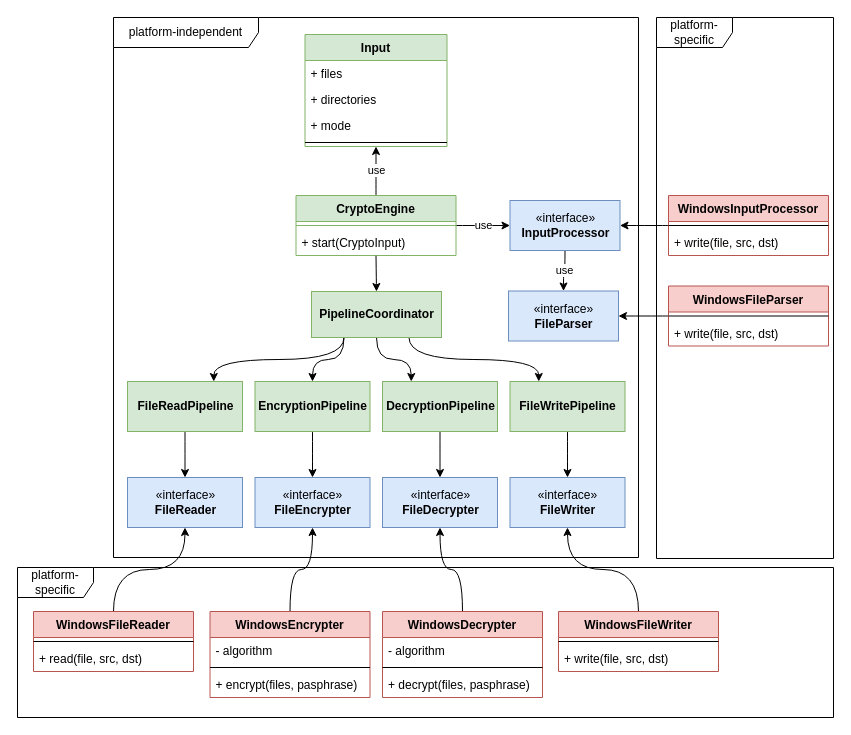
The draw.io diagram doc/class-diagram.drawio in corootine/file-crypt-jvm, before the edit. Source tidied: cells renumbered, new cells numbered last; positions are measured from the earlier drawing's top-left corner, leaving out a move shared by most shapes. Both pictures are drawn from the tidied source at 100%, with x=0, y=0 at pixel (17, 17).
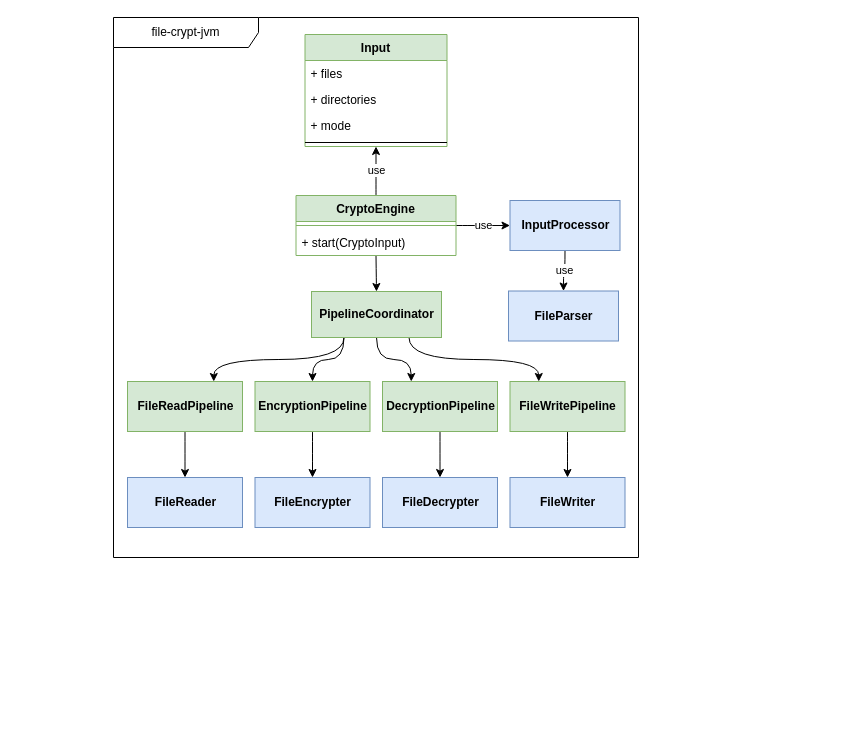
Above is the later version.

The edit, as a diff of the source:
```diff
@@
-    <mxCell id="2" value="platform-independent" style="shape=umlFrame;whiteSpace=wrap;html=1;width=145;height=30;" parent="1" vertex="1">
+    <mxCell id="2" value="file-crypt-jvm" style="shape=umlFrame;whiteSpace=wrap;html=1;width=145;height=30;" parent="1" vertex="1">
       <mxGeometry x="96" width="525" height="540" as="geometry" />
     </mxCell>
-    <mxCell id="3" style="edgeStyle=orthogonalEdgeStyle;curved=1;jettySize=auto;html=1;exitX=0.5;exitY=0;exitDx=0;exitDy=0;entryX=0.5;entryY=1;entryDx=0;entryDy=0;" parent="1" edge="1" source="4" target="42">
-      <mxGeometry relative="1" as="geometry" />
-    </mxCell>
-    <mxCell id="4" value="WindowsEncrypter" style="swimlane;fontStyle=1;align=center;verticalAlign=top;horizontal=1;startSize=26;fillColor=#f8cecc;strokeColor=#b85450;" parent="1" vertex="1">
-      <mxGeometry x="192.5" y="594" width="160" height="86" as="geometry" />
-    </mxCell>
-    <mxCell id="5" value="- algorithm" style="text;strokeColor=none;fillColor=none;align=left;verticalAlign=top;spacingLeft=4;spacingRight=4;overflow=hidden;" parent="4" vertex="1">
-      <mxGeometry y="26" width="160" height="26" as="geometry" />
-    </mxCell>
-    <mxCell id="6" style="line;strokeWidth=1;fillColor=none;align=left;verticalAlign=middle;spacingTop=-1;spacingLeft=3;spacingRight=3;labelPosition=right;" parent="4" vertex="1">
-      <mxGeometry y="52" width="160" height="8" as="geometry" />
-    </mxCell>
-    <mxCell id="7" value="+ encrypt(files, pasphrase)" style="text;strokeColor=none;fillColor=none;align=left;verticalAlign=top;spacingLeft=4;spacingRight=4;overflow=hidden;" parent="4" vertex="1">
-      <mxGeometry y="60" width="160" height="26" as="geometry" />
-    </mxCell>
-    <mxCell id="8" style="edgeStyle=orthogonalEdgeStyle;curved=1;jettySize=auto;html=1;exitX=0.5;exitY=0;exitDx=0;exitDy=0;entryX=0.5;entryY=1;entryDx=0;entryDy=0;" parent="1" edge="1" source="9" target="43">
-      <mxGeometry relative="1" as="geometry" />
-    </mxCell>
-    <mxCell id="9" value="WindowsDecrypter" style="swimlane;fontStyle=1;align=center;verticalAlign=top;horizontal=1;startSize=26;fillColor=#f8cecc;strokeColor=#b85450;" parent="1" vertex="1">
-      <mxGeometry x="365" y="594" width="160" height="86" as="geometry" />
-    </mxCell>
-    <mxCell id="10" value="- algorithm" style="text;strokeColor=none;fillColor=none;align=left;verticalAlign=top;spacingLeft=4;spacingRight=4;overflow=hidden;" parent="9" vertex="1">
-      <mxGeometry y="26" width="160" height="26" as="geometry" />
-    </mxCell>
-    <mxCell id="11" style="line;strokeWidth=1;fillColor=none;align=left;verticalAlign=middle;spacingTop=-1;spacingLeft=3;spacingRight=3;labelPosition=right;" parent="9" vertex="1">
-      <mxGeometry y="52" width="160" height="8" as="geometry" />
-    </mxCell>
-    <mxCell id="12" value="+ decrypt(files, pasphrase)" style="text;strokeColor=none;fillColor=none;align=left;verticalAlign=top;spacingLeft=4;spacingRight=4;overflow=hidden;" parent="9" vertex="1">
-      <mxGeometry y="60" width="160" height="26" as="geometry" />
-    </mxCell>
@@
-    <mxCell id="15" value="«interface»&lt;br&gt;&lt;b&gt;InputProcessor&lt;/b&gt;" style="html=1;fillColor=#dae8fc;strokeColor=#6c8ebf;" parent="1" vertex="1">
+    <mxCell id="15" value="&lt;b&gt;InputProcessor&lt;/b&gt;" style="html=1;fillColor=#dae8fc;strokeColor=#6c8ebf;" parent="1" vertex="1">
       <mxGeometry x="492.5" y="183" width="110" height="50" as="geometry" />
     </mxCell>
-    <mxCell id="16" value="Input" style="swimlane;fontStyle=1;align=center;verticalAlign=top;horizontal=1;startSize=26;fillColor=#d5e8d4;strokeColor=#82b366;" parent="1" vertex="1">
-      <mxGeometry x="287.5" y="17" width="142" height="112" as="geometry" />
-    </mxCell>
-    <mxCell id="17" value="+ files" style="text;align=left;verticalAlign=top;spacingLeft=4;spacingRight=4;overflow=hidden;" parent="16" vertex="1">
-      <mxGeometry y="26" width="142" height="26" as="geometry" />
-    </mxCell>
-    <mxCell id="18" value="+ directories" style="text;align=left;verticalAlign=top;spacingLeft=4;spacingRight=4;overflow=hidden;" parent="16" vertex="1">
-      <mxGeometry y="52" width="142" height="26" as="geometry" />
-    </mxCell>
-    <mxCell id="19" value="+ mode" style="text;align=left;verticalAlign=top;spacingLeft=4;spacingRight=4;overflow=hidden;" parent="16" vertex="1">
-      <mxGeometry y="78" width="142" height="26" as="geometry" />
-    </mxCell>
-    <mxCell id="20" style="line;strokeWidth=1;fillColor=none;align=left;verticalAlign=middle;spacingTop=-1;spacingLeft=3;spacingRight=3;labelPosition=right;" parent="16" vertex="1">
-      <mxGeometry y="104" width="142" height="8" as="geometry" />
-    </mxCell>
@@
-    <mxCell id="22" value="CryptoEngine" style="swimlane;fontStyle=1;align=center;verticalAlign=top;horizontal=1;startSize=26;fillColor=#d5e8d4;strokeColor=#82b366;" parent="1" vertex="1">
-      <mxGeometry x="278.5" y="178" width="160" height="60" as="geometry" />
-    </mxCell>
-    <mxCell id="23" style="line;strokeWidth=1;fillColor=#d5e8d4;align=left;verticalAlign=middle;spacingTop=-1;spacingLeft=3;spacingRight=3;labelPosition=right;strokeColor=#82b366;" parent="22" vertex="1">
-      <mxGeometry y="26" width="160" height="8" as="geometry" />
-    </mxCell>
-    <mxCell id="24" value="+ start(CryptoInput)" style="text;align=left;verticalAlign=top;spacingLeft=4;spacingRight=4;overflow=hidden;points=[[0,0.5],[1,0.5]];portConstraint=eastwest;" parent="22" vertex="1">
-      <mxGeometry y="34" width="160" height="26" as="geometry" />
-    </mxCell>
-    <mxCell id="25" value="«interface»&lt;br&gt;&lt;b&gt;FileParser&lt;/b&gt;" style="html=1;fillColor=#dae8fc;strokeColor=#6c8ebf;" parent="1" vertex="1">
+    <mxCell id="25" value="&lt;b&gt;FileParser&lt;/b&gt;" style="html=1;fillColor=#dae8fc;strokeColor=#6c8ebf;" parent="1" vertex="1">
       <mxGeometry x="491" y="273.5" width="110" height="50" as="geometry" />
     </mxCell>
@@
-    <mxCell id="40" value="«interface»&lt;br&gt;&lt;b&gt;FileReader&lt;/b&gt;" style="html=1;fillColor=#dae8fc;strokeColor=#6c8ebf;" parent="1" vertex="1">
+    <mxCell id="40" value="&lt;b&gt;FileReader&lt;/b&gt;" style="html=1;fillColor=#dae8fc;strokeColor=#6c8ebf;" parent="1" vertex="1">
       <mxGeometry x="110" y="460" width="115" height="50" as="geometry" />
     </mxCell>
-    <mxCell id="41" value="«interface»&lt;br&gt;&lt;b&gt;FileWriter&lt;/b&gt;" style="html=1;fillColor=#dae8fc;strokeColor=#6c8ebf;" parent="1" vertex="1">
+    <mxCell id="41" value="&lt;b&gt;FileWriter&lt;/b&gt;" style="html=1;fillColor=#dae8fc;strokeColor=#6c8ebf;" parent="1" vertex="1">
       <mxGeometry x="492.5" y="460" width="115" height="50" as="geometry" />
     </mxCell>
-    <mxCell id="42" value="«interface»&lt;br&gt;&lt;b&gt;FileEncrypter&lt;/b&gt;" style="html=1;fillColor=#dae8fc;strokeColor=#6c8ebf;" parent="1" vertex="1">
+    <mxCell id="42" value="&lt;b&gt;FileEncrypter&lt;/b&gt;" style="html=1;fillColor=#dae8fc;strokeColor=#6c8ebf;" parent="1" vertex="1">
       <mxGeometry x="237.5" y="460" width="115" height="50" as="geometry" />
     </mxCell>
-    <mxCell id="43" value="«interface»&lt;br&gt;&lt;b&gt;FileDecrypter&lt;/b&gt;" style="html=1;fillColor=#dae8fc;strokeColor=#6c8ebf;" parent="1" vertex="1">
+    <mxCell id="43" value="&lt;b&gt;FileDecrypter&lt;/b&gt;" style="html=1;fillColor=#dae8fc;strokeColor=#6c8ebf;" parent="1" vertex="1">
       <mxGeometry x="365" y="460" width="115" height="50" as="geometry" />
     </mxCell>
-    <mxCell id="44" style="edgeStyle=orthogonalEdgeStyle;curved=1;jettySize=auto;html=1;exitX=0.5;exitY=0;exitDx=0;exitDy=0;entryX=0.5;entryY=1;entryDx=0;entryDy=0;startArrow=none;startFill=0;endArrow=classic;endFill=1;" parent="1" edge="1" source="45" target="41">
-      <mxGeometry relative="1" as="geometry" />
-    </mxCell>
-    <mxCell id="45" value="WindowsFileWriter" style="swimlane;fontStyle=1;align=center;verticalAlign=top;horizontal=1;startSize=26;fillColor=#f8cecc;strokeColor=#b85450;" parent="1" vertex="1">
-      <mxGeometry x="541" y="594" width="160" height="60" as="geometry" />
-    </mxCell>
-    <mxCell id="46" style="line;strokeWidth=1;fillColor=none;align=left;verticalAlign=middle;spacingTop=-1;spacingLeft=3;spacingRight=3;labelPosition=right;" parent="45" vertex="1">
-      <mxGeometry y="26" width="160" height="8" as="geometry" />
-    </mxCell>
-    <mxCell id="47" value="+ write(file, src, dst)" style="text;strokeColor=none;fillColor=none;align=left;verticalAlign=top;spacingLeft=4;spacingRight=4;overflow=hidden;" parent="45" vertex="1">
-      <mxGeometry y="34" width="160" height="26" as="geometry" />
-    </mxCell>
-    <mxCell id="48" style="edgeStyle=orthogonalEdgeStyle;curved=1;jettySize=auto;html=1;exitX=0.5;exitY=0;exitDx=0;exitDy=0;entryX=0.5;entryY=1;entryDx=0;entryDy=0;startArrow=none;startFill=0;endArrow=classic;endFill=1;" parent="1" edge="1" source="49" target="40">
-      <mxGeometry relative="1" as="geometry" />
-    </mxCell>
-    <mxCell id="49" value="WindowsFileReader" style="swimlane;fontStyle=1;align=center;verticalAlign=top;horizontal=1;startSize=26;fillColor=#f8cecc;strokeColor=#b85450;" parent="1" vertex="1">
-      <mxGeometry x="16" y="594" width="160" height="60" as="geometry" />
-    </mxCell>
-    <mxCell id="50" style="line;strokeWidth=1;fillColor=none;align=left;verticalAlign=middle;spacingTop=-1;spacingLeft=3;spacingRight=3;labelPosition=right;" parent="49" vertex="1">
-      <mxGeometry y="26" width="160" height="8" as="geometry" />
-    </mxCell>
-    <mxCell id="51" value="+ read(file, src, dst)" style="text;strokeColor=none;fillColor=none;align=left;verticalAlign=top;spacingLeft=4;spacingRight=4;overflow=hidden;" parent="49" vertex="1">
-      <mxGeometry y="34" width="160" height="26" as="geometry" />
-    </mxCell>
-    <mxCell id="52" style="edgeStyle=orthogonalEdgeStyle;curved=1;jettySize=auto;html=1;exitX=0;exitY=0.5;exitDx=0;exitDy=0;entryX=1;entryY=0.5;entryDx=0;entryDy=0;startArrow=none;startFill=0;endArrow=classic;endFill=1;" parent="1" edge="1" source="53" target="25">
-      <mxGeometry relative="1" as="geometry" />
-    </mxCell>
-    <mxCell id="53" value="WindowsFileParser" style="swimlane;fontStyle=1;align=center;verticalAlign=top;horizontal=1;startSize=26;fillColor=#f8cecc;strokeColor=#b85450;" parent="1" vertex="1">
-      <mxGeometry x="651" y="268.5" width="160" height="60" as="geometry" />
-    </mxCell>
-    <mxCell id="54" style="line;strokeWidth=1;fillColor=none;align=left;verticalAlign=middle;spacingTop=-1;spacingLeft=3;spacingRight=3;labelPosition=right;" parent="53" vertex="1">
-      <mxGeometry y="26" width="160" height="8" as="geometry" />
-    </mxCell>
-    <mxCell id="55" value="+ write(file, src, dst)" style="text;strokeColor=none;fillColor=none;align=left;verticalAlign=top;spacingLeft=4;spacingRight=4;overflow=hidden;" parent="53" vertex="1">
-      <mxGeometry y="34" width="160" height="26" as="geometry" />
-    </mxCell>
-    <mxCell id="56" style="edgeStyle=orthogonalEdgeStyle;curved=1;jettySize=auto;html=1;exitX=0;exitY=0.5;exitDx=0;exitDy=0;entryX=1;entryY=0.5;entryDx=0;entryDy=0;startArrow=none;startFill=0;endArrow=classic;endFill=1;" parent="1" edge="1" source="57" target="15">
-      <mxGeometry relative="1" as="geometry" />
-    </mxCell>
-    <mxCell id="57" value="WindowsInputProcessor" style="swimlane;fontStyle=1;align=center;verticalAlign=top;horizontal=1;startSize=26;fillColor=#f8cecc;strokeColor=#b85450;" parent="1" vertex="1">
-      <mxGeometry x="651" y="178" width="160" height="60" as="geometry" />
-    </mxCell>
-    <mxCell id="58" style="line;strokeWidth=1;fillColor=none;align=left;verticalAlign=middle;spacingTop=-1;spacingLeft=3;spacingRight=3;labelPosition=right;" parent="57" vertex="1">
-      <mxGeometry y="26" width="160" height="8" as="geometry" />
-    </mxCell>
-    <mxCell id="59" value="+ write(file, src, dst)" style="text;strokeColor=none;fillColor=none;align=left;verticalAlign=top;spacingLeft=4;spacingRight=4;overflow=hidden;" parent="57" vertex="1">
-      <mxGeometry y="34" width="160" height="26" as="geometry" />
-    </mxCell>
-    <mxCell id="60" value="platform-specific" style="shape=umlFrame;whiteSpace=wrap;html=1;width=76;height=30;" parent="1" vertex="1">
-      <mxGeometry y="550" width="816" height="150" as="geometry" />
-    </mxCell>
-    <mxCell id="61" value="platform-specific" style="shape=umlFrame;whiteSpace=wrap;html=1;width=76;height=30;" parent="1" vertex="1">
-      <mxGeometry x="639" width="177" height="541" as="geometry" />
-    </mxCell>
+    <mxCell id="16" value="Input" style="swimlane;fontStyle=1;align=center;verticalAlign=top;horizontal=1;startSize=26;fillColor=#d5e8d4;strokeColor=#82b366;" parent="1" vertex="1">
+      <mxGeometry x="287.5" y="17" width="142" height="112" as="geometry" />
+    </mxCell>
+    <mxCell id="17" value="+ files" style="text;align=left;verticalAlign=top;spacingLeft=4;spacingRight=4;overflow=hidden;" parent="16" vertex="1">
+      <mxGeometry y="26" width="142" height="26" as="geometry" />
+    </mxCell>
+    <mxCell id="18" value="+ directories" style="text;align=left;verticalAlign=top;spacingLeft=4;spacingRight=4;overflow=hidden;" parent="16" vertex="1">
+      <mxGeometry y="52" width="142" height="26" as="geometry" />
+    </mxCell>
+    <mxCell id="19" value="+ mode" style="text;align=left;verticalAlign=top;spacingLeft=4;spacingRight=4;overflow=hidden;" parent="16" vertex="1">
+      <mxGeometry y="78" width="142" height="26" as="geometry" />
+    </mxCell>
+    <mxCell id="20" style="line;strokeWidth=1;fillColor=none;align=left;verticalAlign=middle;spacingTop=-1;spacingLeft=3;spacingRight=3;labelPosition=right;" parent="16" vertex="1">
+      <mxGeometry y="104" width="142" height="8" as="geometry" />
+    </mxCell>
+    <mxCell id="22" value="CryptoEngine" style="swimlane;fontStyle=1;align=center;verticalAlign=top;horizontal=1;startSize=26;fillColor=#d5e8d4;strokeColor=#82b366;" parent="1" vertex="1">
+      <mxGeometry x="278.5" y="178" width="160" height="60" as="geometry" />
+    </mxCell>
+    <mxCell id="23" style="line;strokeWidth=1;fillColor=#d5e8d4;align=left;verticalAlign=middle;spacingTop=-1;spacingLeft=3;spacingRight=3;labelPosition=right;strokeColor=#82b366;" parent="22" vertex="1">
+      <mxGeometry y="26" width="160" height="8" as="geometry" />
+    </mxCell>
+    <mxCell id="24" value="+ start(CryptoInput)" style="text;align=left;verticalAlign=top;spacingLeft=4;spacingRight=4;overflow=hidden;points=[[0,0.5],[1,0.5]];portConstraint=eastwest;" parent="22" vertex="1">
+      <mxGeometry y="34" width="160" height="26" as="geometry" />
+    </mxCell>
```
